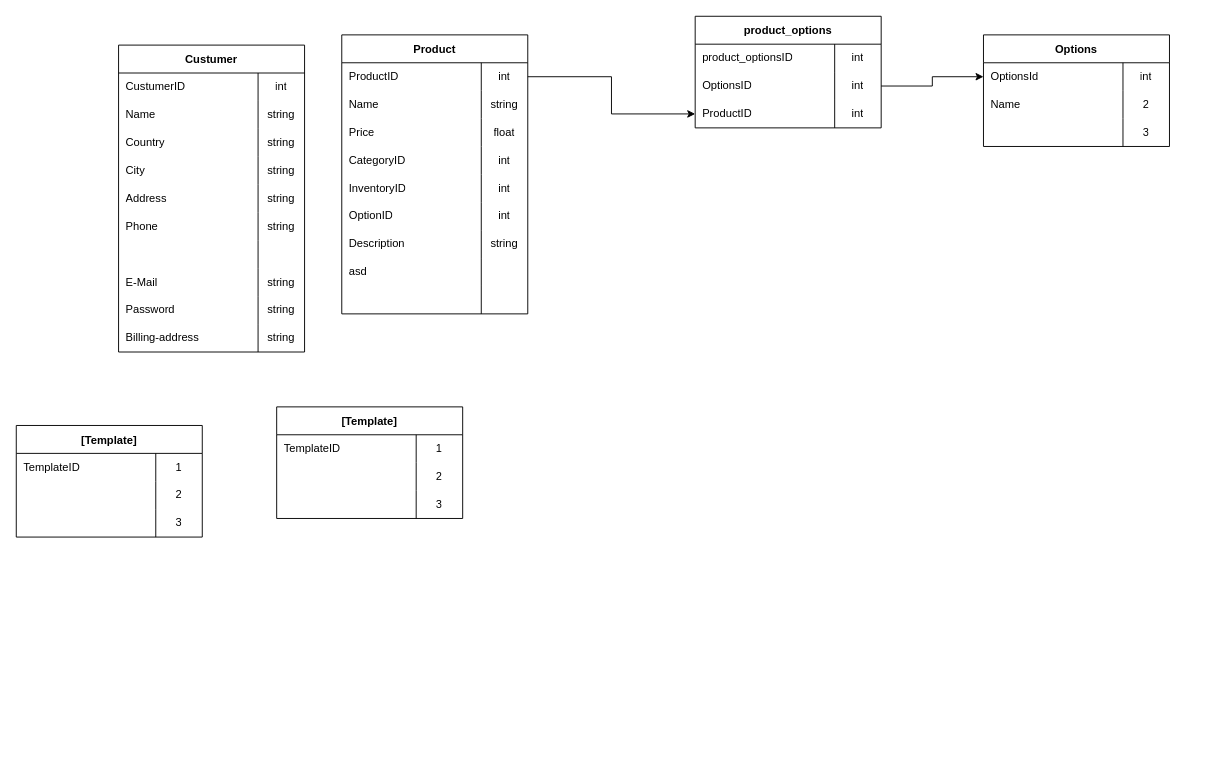
IvanVelychko/Database-Coderclass-Webwinkel keeps this draw.io diagram as Database-Flowchart/Untitled Diagram.drawio. Above is the earlier version. Source tidied: cells renumbered, new cells numbered last; positions are measured from the earlier drawing's top-left corner, leaving out a move shared by most shapes. Both pictures are drawn from the tidied source at 93%, with x=0, y=0 at pixel (16, 16).
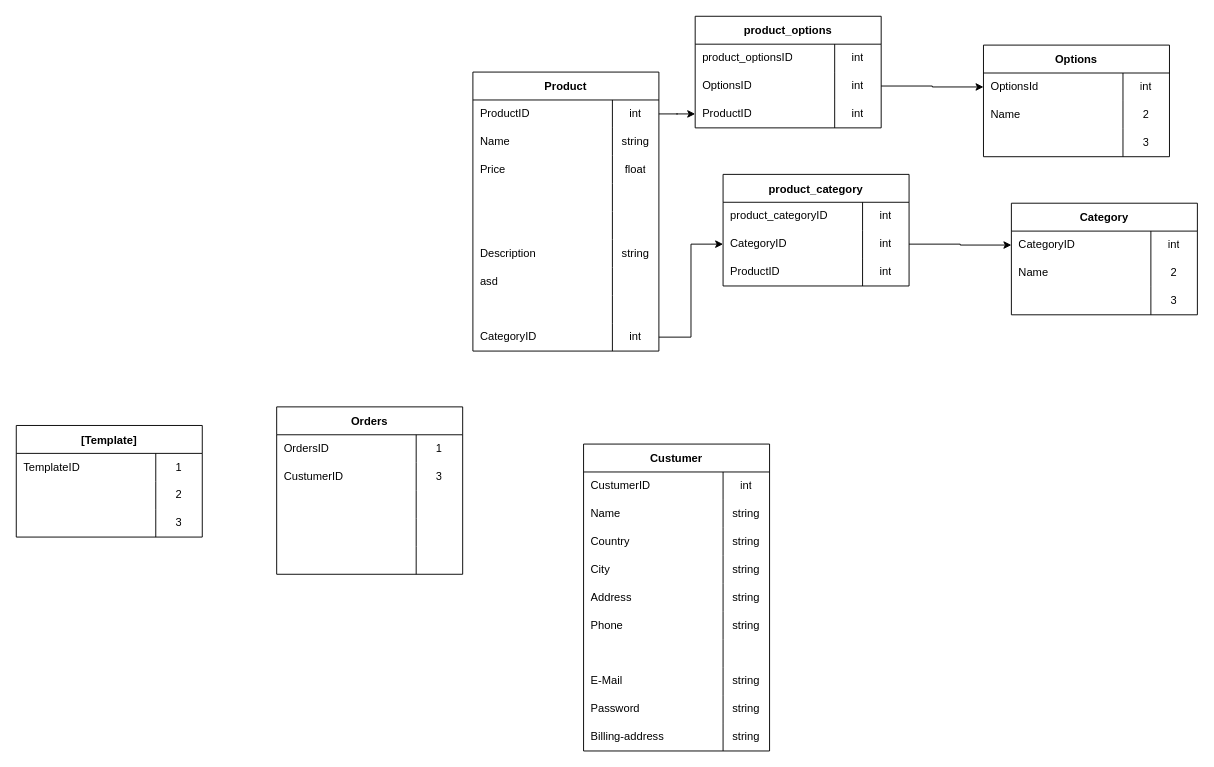
The same diagram, later.

The change refers to these unchanged cells:
```xml
<mxCell id="72" style="shape=tableRow;horizontal=0;startSize=0;swimlaneHead=0;swimlaneBody=0;top=0;left=0;bottom=0;right=0;fillColor=none;" parent="71" vertex="1">
  <mxGeometry y="30" width="200" height="30" as="geometry" />
</mxCell>
```

Diff of the diagram source:
```diff
@@
     <mxCell id="2" value="Product" style="shape=table;startSize=30;childLayout=tableLayout;rowLines=0;fontStyle=1;swimlaneLine=1;columnLines=1;flipH=0;direction=east ;right=1;rounded=0;" parent="1" vertex="1">
-      <mxGeometry x="350" y="20" width="200" height="300" as="geometry" />
+      <mxGeometry x="491" y="60" width="200" height="300" as="geometry" />
     </mxCell>
@@
-    <mxCell id="12" style="shape=tableRow;horizontal=0;startSize=0;swimlaneHead=0;swimlaneBody=0;top=0;left=0;bottom=0;right=0;fillColor=none;points=[[0,0.5],[1,0.5]];portConstraint=eastwest;" parent="2" vertex="1">
-      <mxGeometry y="120" width="200" height="30" as="geometry" />
-    </mxCell>
-    <mxCell id="13" value="CategoryID" style="shape=partialRectangle;html=1;whiteSpace=wrap;fillColor=none;top=0;left=0;bottom=0;right=0;overflow=hidden;align=left;spacingLeft=6;" parent="12" vertex="1">
-      <mxGeometry width="150" height="30" as="geometry" />
-    </mxCell>
-    <mxCell id="14" value="int" style="shape=partialRectangle;html=1;whiteSpace=wrap;fillColor=none;top=0;left=0;bottom=0;right=0;overflow=hidden;" parent="12" vertex="1">
-      <mxGeometry x="150" width="50" height="30" as="geometry" />
-    </mxCell>
     <mxCell id="15" style="shape=tableRow;horizontal=0;startSize=0;swimlaneHead=0;swimlaneBody=0;top=0;left=0;bottom=0;right=0;fillColor=none;" parent="2" vertex="1">
-      <mxGeometry y="150" width="200" height="30" as="geometry" />
+      <mxGeometry y="120" width="200" height="30" as="geometry" />
     </mxCell>
-    <mxCell id="16" value="InventoryID" style="shape=partialRectangle;html=1;whiteSpace=wrap;fillColor=none;top=0;left=0;bottom=0;right=0;overflow=hidden;align=left;spacingLeft=6;" parent="15" vertex="1">
+    <mxCell id="16" style="shape=partialRectangle;html=1;whiteSpace=wrap;fillColor=none;top=0;left=0;bottom=0;right=0;overflow=hidden;align=left;spacingLeft=6;" parent="15" vertex="1">
       <mxGeometry width="150" height="30" as="geometry" />
     </mxCell>
-    <mxCell id="17" value="int" style="shape=partialRectangle;html=1;whiteSpace=wrap;fillColor=none;top=0;left=0;bottom=0;right=0;overflow=hidden;" parent="15" vertex="1">
+    <mxCell id="17" style="shape=partialRectangle;html=1;whiteSpace=wrap;fillColor=none;top=0;left=0;bottom=0;right=0;overflow=hidden;" parent="15" vertex="1">
       <mxGeometry x="150" width="50" height="30" as="geometry" />
     </mxCell>
     <mxCell id="18" style="shape=tableRow;horizontal=0;startSize=0;swimlaneHead=0;swimlaneBody=0;top=0;left=0;bottom=0;right=0;fillColor=none;" parent="2" vertex="1">
-      <mxGeometry y="180" width="200" height="30" as="geometry" />
+      <mxGeometry y="150" width="200" height="30" as="geometry" />
     </mxCell>
-    <mxCell id="19" value="OptionID" style="shape=partialRectangle;html=1;whiteSpace=wrap;fillColor=none;top=0;left=0;bottom=0;right=0;overflow=hidden;align=left;spacingLeft=6;" parent="18" vertex="1">
+    <mxCell id="19" style="shape=partialRectangle;html=1;whiteSpace=wrap;fillColor=none;top=0;left=0;bottom=0;right=0;overflow=hidden;align=left;spacingLeft=6;" parent="18" vertex="1">
       <mxGeometry width="150" height="30" as="geometry" />
     </mxCell>
-    <mxCell id="20" value="int" style="shape=partialRectangle;html=1;whiteSpace=wrap;fillColor=none;top=0;left=0;bottom=0;right=0;overflow=hidden;" parent="18" vertex="1">
+    <mxCell id="20" style="shape=partialRectangle;html=1;whiteSpace=wrap;fillColor=none;top=0;left=0;bottom=0;right=0;overflow=hidden;" parent="18" vertex="1">
       <mxGeometry x="150" width="50" height="30" as="geometry" />
     </mxCell>
     <mxCell id="21" style="shape=tableRow;horizontal=0;startSize=0;swimlaneHead=0;swimlaneBody=0;top=0;left=0;bottom=0;right=0;fillColor=none;" parent="2" vertex="1">
-      <mxGeometry y="210" width="200" height="30" as="geometry" />
+      <mxGeometry y="180" width="200" height="30" as="geometry" />
     </mxCell>
@@
     <mxCell id="24" style="shape=tableRow;horizontal=0;startSize=0;swimlaneHead=0;swimlaneBody=0;top=0;left=0;bottom=0;right=0;fillColor=none;" parent="2" vertex="1">
-      <mxGeometry y="240" width="200" height="30" as="geometry" />
+      <mxGeometry y="210" width="200" height="30" as="geometry" />
     </mxCell>
@@
     <mxCell id="27" style="shape=tableRow;horizontal=0;startSize=0;swimlaneHead=0;swimlaneBody=0;top=0;left=0;bottom=0;right=0;fillColor=none;" parent="2" vertex="1">
-      <mxGeometry y="270" width="200" height="30" as="geometry" />
+      <mxGeometry y="240" width="200" height="30" as="geometry" />
     </mxCell>
@@
+    <mxCell id="12" style="shape=tableRow;horizontal=0;startSize=0;swimlaneHead=0;swimlaneBody=0;top=0;left=0;bottom=0;right=0;fillColor=none;points=[[0,0.5],[1,0.5]];portConstraint=eastwest;" parent="2" vertex="1">
+      <mxGeometry y="270" width="200" height="30" as="geometry" />
+    </mxCell>
+    <mxCell id="13" value="CategoryID" style="shape=partialRectangle;html=1;whiteSpace=wrap;fillColor=none;top=0;left=0;bottom=0;right=0;overflow=hidden;align=left;spacingLeft=6;" parent="12" vertex="1">
+      <mxGeometry width="150" height="30" as="geometry" />
+    </mxCell>
+    <mxCell id="14" value="int" style="shape=partialRectangle;html=1;whiteSpace=wrap;fillColor=none;top=0;left=0;bottom=0;right=0;overflow=hidden;" parent="12" vertex="1">
+      <mxGeometry x="150" width="50" height="30" as="geometry" />
+    </mxCell>
@@
     <mxCell id="40" value="Custumer" style="shape=table;startSize=30;childLayout=tableLayout;rowLines=0;fontStyle=1;swimlaneLine=1;columnLines=1;flipH=0;direction=east ;right=1;rounded=0;" parent="1" vertex="1">
-      <mxGeometry x="110" y="31" width="200" height="330" as="geometry" />
+      <mxGeometry x="610" y="460" width="200" height="330" as="geometry" />
     </mxCell>
@@
-    <mxCell id="71" value="[Template]" style="shape=table;startSize=30;childLayout=tableLayout;rowLines=0;fontStyle=1;swimlaneLine=1;columnLines=1;flipH=0;direction=east ;right=1;rounded=0;" parent="1" vertex="1">
-      <mxGeometry x="280" y="420" width="200" height="120" as="geometry" />
+    <mxCell id="71" value="Orders" style="shape=table;startSize=30;childLayout=tableLayout;rowLines=0;fontStyle=1;swimlaneLine=1;columnLines=1;flipH=0;direction=east ;right=1;rounded=0;" parent="1" vertex="1">
+      <mxGeometry x="280" y="420" width="200" height="180" as="geometry" />
     </mxCell>
@@
-    <mxCell id="73" value="TemplateID" style="shape=partialRectangle;html=1;whiteSpace=wrap;fillColor=none;top=0;left=0;bottom=0;right=0;overflow=hidden;align=left;spacingLeft=6;" parent="72" vertex="1">
+    <mxCell id="73" value="OrdersID" style="shape=partialRectangle;html=1;whiteSpace=wrap;fillColor=none;top=0;left=0;bottom=0;right=0;overflow=hidden;align=left;spacingLeft=6;" parent="72" vertex="1">
       <mxGeometry width="150" height="30" as="geometry" />
     </mxCell>
@@
-    <mxCell id="75" style="shape=tableRow;horizontal=0;startSize=0;swimlaneHead=0;swimlaneBody=0;top=0;left=0;bottom=0;right=0;fillColor=none;" parent="71" vertex="1">
-      <mxGeometry y="60" width="200" height="30" as="geometry" />
-    </mxCell>
-    <mxCell id="76" style="shape=partialRectangle;html=1;whiteSpace=wrap;fillColor=none;top=0;left=0;bottom=0;right=0;overflow=hidden;align=left;spacingLeft=6;" parent="75" vertex="1">
-      <mxGeometry width="150" height="30" as="geometry" />
-    </mxCell>
-    <mxCell id="77" value="2" style="shape=partialRectangle;html=1;whiteSpace=wrap;fillColor=none;top=0;left=0;bottom=0;right=0;overflow=hidden;" parent="75" vertex="1">
-      <mxGeometry x="150" width="50" height="30" as="geometry" />
-    </mxCell>
     <mxCell id="78" style="shape=tableRow;horizontal=0;startSize=0;swimlaneHead=0;swimlaneBody=0;top=0;left=0;bottom=0;right=0;fillColor=none;" parent="71" vertex="1">
-      <mxGeometry y="90" width="200" height="30" as="geometry" />
+      <mxGeometry y="60" width="200" height="30" as="geometry" />
     </mxCell>
-    <mxCell id="79" style="shape=partialRectangle;html=1;whiteSpace=wrap;fillColor=none;top=0;left=0;bottom=0;right=0;overflow=hidden;align=left;spacingLeft=6;" parent="78" vertex="1">
+    <mxCell id="79" value="CustumerID" style="shape=partialRectangle;html=1;whiteSpace=wrap;fillColor=none;top=0;left=0;bottom=0;right=0;overflow=hidden;align=left;spacingLeft=6;" parent="78" vertex="1">
       <mxGeometry width="150" height="30" as="geometry" />
     </mxCell>
@@
+    <mxCell id="103" style="shape=tableRow;horizontal=0;startSize=0;swimlaneHead=0;swimlaneBody=0;top=0;left=0;bottom=0;right=0;fillColor=none;" parent="71" vertex="1">
+      <mxGeometry y="90" width="200" height="30" as="geometry" />
+    </mxCell>
+    <mxCell id="104" style="shape=partialRectangle;html=1;whiteSpace=wrap;fillColor=none;top=0;left=0;bottom=0;right=0;overflow=hidden;align=left;spacingLeft=6;" parent="103" vertex="1">
+      <mxGeometry width="150" height="30" as="geometry" />
+    </mxCell>
+    <mxCell id="105" style="shape=partialRectangle;html=1;whiteSpace=wrap;fillColor=none;top=0;left=0;bottom=0;right=0;overflow=hidden;" parent="103" vertex="1">
+      <mxGeometry x="150" width="50" height="30" as="geometry" />
+    </mxCell>
+    <mxCell id="106" style="shape=tableRow;horizontal=0;startSize=0;swimlaneHead=0;swimlaneBody=0;top=0;left=0;bottom=0;right=0;fillColor=none;" parent="71" vertex="1">
+      <mxGeometry y="120" width="200" height="30" as="geometry" />
+    </mxCell>
+    <mxCell id="107" style="shape=partialRectangle;html=1;whiteSpace=wrap;fillColor=none;top=0;left=0;bottom=0;right=0;overflow=hidden;align=left;spacingLeft=6;" parent="106" vertex="1">
+      <mxGeometry width="150" height="30" as="geometry" />
+    </mxCell>
+    <mxCell id="108" style="shape=partialRectangle;html=1;whiteSpace=wrap;fillColor=none;top=0;left=0;bottom=0;right=0;overflow=hidden;" parent="106" vertex="1">
+      <mxGeometry x="150" width="50" height="30" as="geometry" />
+    </mxCell>
+    <mxCell id="109" style="shape=tableRow;horizontal=0;startSize=0;swimlaneHead=0;swimlaneBody=0;top=0;left=0;bottom=0;right=0;fillColor=none;" parent="71" vertex="1">
+      <mxGeometry y="150" width="200" height="30" as="geometry" />
+    </mxCell>
+    <mxCell id="110" style="shape=partialRectangle;html=1;whiteSpace=wrap;fillColor=none;top=0;left=0;bottom=0;right=0;overflow=hidden;align=left;spacingLeft=6;" parent="109" vertex="1">
+      <mxGeometry width="150" height="30" as="geometry" />
+    </mxCell>
+    <mxCell id="111" style="shape=partialRectangle;html=1;whiteSpace=wrap;fillColor=none;top=0;left=0;bottom=0;right=0;overflow=hidden;" parent="109" vertex="1">
+      <mxGeometry x="150" width="50" height="30" as="geometry" />
+    </mxCell>
@@
     <mxCell id="91" value="Options" style="shape=table;startSize=30;childLayout=tableLayout;rowLines=0;fontStyle=1;swimlaneLine=1;columnLines=1;flipH=0;direction=east ;right=1;rounded=0;" parent="1" vertex="1">
-      <mxGeometry x="1040" y="20" width="200" height="120" as="geometry" />
+      <mxGeometry x="1040" y="31" width="200" height="120" as="geometry" />
     </mxCell>
@@
+    <mxCell id="112" value="product_category" style="shape=table;startSize=30;childLayout=tableLayout;rowLines=0;fontStyle=1;swimlaneLine=1;columnLines=1;flipH=0;direction=east ;right=1;rounded=0;" parent="1" vertex="1">
+      <mxGeometry x="760" y="170" width="200" height="120" as="geometry" />
+    </mxCell>
+    <mxCell id="113" style="shape=tableRow;horizontal=0;startSize=0;swimlaneHead=0;swimlaneBody=0;top=0;left=0;bottom=0;right=0;fillColor=none;" parent="112" vertex="1">
+      <mxGeometry y="30" width="200" height="30" as="geometry" />
+    </mxCell>
+    <mxCell id="114" value="product_categoryID" style="shape=partialRectangle;html=1;whiteSpace=wrap;fillColor=none;top=0;left=0;bottom=0;right=0;overflow=hidden;align=left;spacingLeft=6;" parent="113" vertex="1">
+      <mxGeometry width="150" height="30" as="geometry" />
+    </mxCell>
+    <mxCell id="115" value="int" style="shape=partialRectangle;html=1;whiteSpace=wrap;fillColor=none;top=0;left=0;bottom=0;right=0;overflow=hidden;" parent="113" vertex="1">
+      <mxGeometry x="150" width="50" height="30" as="geometry" />
+    </mxCell>
+    <mxCell id="116" style="shape=tableRow;horizontal=0;startSize=0;swimlaneHead=0;swimlaneBody=0;top=0;left=0;bottom=0;right=0;fillColor=none;points=[[0,0.5],[1,0.5]];portConstraint=eastwest;" parent="112" vertex="1">
+      <mxGeometry y="60" width="200" height="30" as="geometry" />
+    </mxCell>
+    <mxCell id="117" value="CategoryID" style="shape=partialRectangle;html=1;whiteSpace=wrap;fillColor=none;top=0;left=0;bottom=0;right=0;overflow=hidden;align=left;spacingLeft=6;" parent="116" vertex="1">
+      <mxGeometry width="150" height="30" as="geometry" />
+    </mxCell>
+    <mxCell id="118" value="int" style="shape=partialRectangle;html=1;whiteSpace=wrap;fillColor=none;top=0;left=0;bottom=0;right=0;overflow=hidden;" parent="116" vertex="1">
+      <mxGeometry x="150" width="50" height="30" as="geometry" />
+    </mxCell>
+    <mxCell id="119" style="shape=tableRow;horizontal=0;startSize=0;swimlaneHead=0;swimlaneBody=0;top=0;left=0;bottom=0;right=0;fillColor=none;" parent="112" vertex="1">
+      <mxGeometry y="90" width="200" height="30" as="geometry" />
+    </mxCell>
+    <mxCell id="120" value="ProductID" style="shape=partialRectangle;html=1;whiteSpace=wrap;fillColor=none;top=0;left=0;bottom=0;right=0;overflow=hidden;align=left;spacingLeft=6;" parent="119" vertex="1">
+      <mxGeometry width="150" height="30" as="geometry" />
+    </mxCell>
+    <mxCell id="121" value="int" style="shape=partialRectangle;html=1;whiteSpace=wrap;fillColor=none;top=0;left=0;bottom=0;right=0;overflow=hidden;" parent="119" vertex="1">
+      <mxGeometry x="150" width="50" height="30" as="geometry" />
+    </mxCell>
+    <mxCell id="122" value="Category" style="shape=table;startSize=30;childLayout=tableLayout;rowLines=0;fontStyle=1;swimlaneLine=1;columnLines=1;flipH=0;direction=east ;right=1;rounded=0;" parent="1" vertex="1">
+      <mxGeometry x="1070" y="201" width="200" height="120" as="geometry" />
+    </mxCell>
+    <mxCell id="123" style="shape=tableRow;horizontal=0;startSize=0;swimlaneHead=0;swimlaneBody=0;top=0;left=0;bottom=0;right=0;fillColor=none;points=[[0,0.5],[1,0.5]];portConstraint=eastwest;" parent="122" vertex="1">
+      <mxGeometry y="30" width="200" height="30" as="geometry" />
+    </mxCell>
+    <mxCell id="124" value="CategoryID" style="shape=partialRectangle;html=1;whiteSpace=wrap;fillColor=none;top=0;left=0;bottom=0;right=0;overflow=hidden;align=left;spacingLeft=6;" parent="123" vertex="1">
+      <mxGeometry width="150" height="30" as="geometry" />
+    </mxCell>
+    <mxCell id="125" value="int" style="shape=partialRectangle;html=1;whiteSpace=wrap;fillColor=none;top=0;left=0;bottom=0;right=0;overflow=hidden;" parent="123" vertex="1">
+      <mxGeometry x="150" width="50" height="30" as="geometry" />
+    </mxCell>
+    <mxCell id="126" style="shape=tableRow;horizontal=0;startSize=0;swimlaneHead=0;swimlaneBody=0;top=0;left=0;bottom=0;right=0;fillColor=none;" parent="122" vertex="1">
+      <mxGeometry y="60" width="200" height="30" as="geometry" />
+    </mxCell>
+    <mxCell id="127" value="Name" style="shape=partialRectangle;html=1;whiteSpace=wrap;fillColor=none;top=0;left=0;bottom=0;right=0;overflow=hidden;align=left;spacingLeft=6;" parent="126" vertex="1">
+      <mxGeometry width="150" height="30" as="geometry" />
+    </mxCell>
+    <mxCell id="77" value="2" style="shape=partialRectangle;html=1;whiteSpace=wrap;fillColor=none;top=0;left=0;bottom=0;right=0;overflow=hidden;" parent="126" vertex="1">
+      <mxGeometry x="150" width="50" height="30" as="geometry" />
+    </mxCell>
+    <mxCell id="128" style="shape=tableRow;horizontal=0;startSize=0;swimlaneHead=0;swimlaneBody=0;top=0;left=0;bottom=0;right=0;fillColor=none;" parent="122" vertex="1">
+      <mxGeometry y="90" width="200" height="30" as="geometry" />
+    </mxCell>
+    <mxCell id="129" style="shape=partialRectangle;html=1;whiteSpace=wrap;fillColor=none;top=0;left=0;bottom=0;right=0;overflow=hidden;align=left;spacingLeft=6;" parent="128" vertex="1">
+      <mxGeometry width="150" height="30" as="geometry" />
+    </mxCell>
+    <mxCell id="130" value="3" style="shape=partialRectangle;html=1;whiteSpace=wrap;fillColor=none;top=0;left=0;bottom=0;right=0;overflow=hidden;" parent="128" vertex="1">
+      <mxGeometry x="150" width="50" height="30" as="geometry" />
+    </mxCell>
+    <mxCell id="131" style="edgeStyle=orthogonalEdgeStyle;rounded=0;jettySize=auto;html=1;" parent="1" edge="1" source="12" target="116">
+      <mxGeometry relative="1" as="geometry" />
+    </mxCell>
+    <mxCell id="132" style="edgeStyle=orthogonalEdgeStyle;rounded=0;jettySize=auto;html=1;exitX=1;exitY=0.5;exitDx=0;exitDy=0;" parent="1" edge="1" source="116" target="123">
+      <mxGeometry relative="1" as="geometry" />
+    </mxCell>
```
